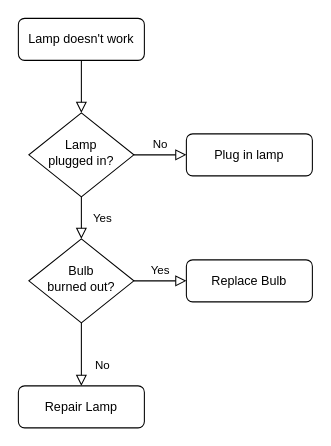
This is 南向MQTT交互.drawio from wjwzero/DesignDrawing-, a draw.io file, before an edit. Source tidied: cells renumbered, new cells numbered last; positions are measured from the earlier drawing's top-left corner, leaving out a move shared by most shapes. Both pictures are drawn from the tidied source at 105%, with x=0, y=0 at pixel (18, 18).
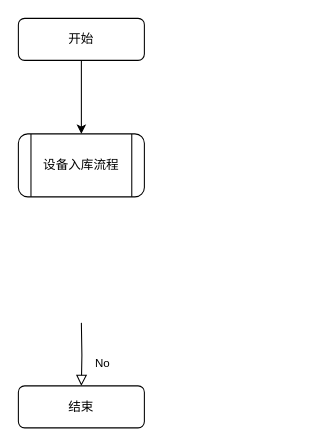
The same diagram, later.

Commit message:
更新南向MQTT交互.drawio

Change to the diagram source:
```diff
@@
 <mxGraphModel>
   <root>
     <mxCell id="0" />
     <mxCell id="1" parent="0" />
-    <mxCell id="2" style="rounded=0;html=1;jettySize=auto;fontSize=11;endArrow=block;endFill=0;endSize=8;strokeWidth=1;shadow=0;labelBackgroundColor=none;edgeStyle=orthogonalEdgeStyle;" parent="1" edge="1" source="3" target="6">
-      <mxGeometry relative="1" as="geometry" />
-    </mxCell>
+    <mxCell id="13" style="edgeStyle=orthogonalEdgeStyle;rounded=0;jettySize=auto;html=1;" parent="1" edge="1" source="3" target="14">
+      <mxGeometry relative="1" as="geometry" />
+    </mxCell>
-    <mxCell id="3" value="Lamp doesn't work" style="rounded=1;whiteSpace=wrap;html=1;fontSize=12;glass=0;strokeWidth=1;shadow=0;" parent="1" vertex="1">
+    <mxCell id="3" value="开始" style="rounded=1;whiteSpace=wrap;html=1;fontSize=12;glass=0;strokeWidth=1;shadow=0;" parent="1" vertex="1">
       <mxGeometry width="120" height="40" as="geometry" />
     </mxCell>
-    <mxCell id="4" value="Yes" style="rounded=0;html=1;jettySize=auto;fontSize=11;endArrow=block;endFill=0;endSize=8;strokeWidth=1;shadow=0;labelBackgroundColor=none;edgeStyle=orthogonalEdgeStyle;" parent="1" edge="1" source="6" target="10">
-      <mxGeometry y="20" relative="1" as="geometry" />
-    </mxCell>
-    <mxCell id="5" value="No" style="edgeStyle=orthogonalEdgeStyle;rounded=0;html=1;jettySize=auto;fontSize=11;endArrow=block;endFill=0;endSize=8;strokeWidth=1;shadow=0;labelBackgroundColor=none;" parent="1" edge="1" source="6" target="7">
-      <mxGeometry y="10" relative="1" as="geometry" />
-    </mxCell>
-    <mxCell id="6" value="Lamp&lt;br&gt;plugged in?" style="rhombus;whiteSpace=wrap;html=1;shadow=0;fontFamily=Helvetica;fontSize=12;align=center;strokeWidth=1;spacing=6;spacingTop=-4;" parent="1" vertex="1">
-      <mxGeometry x="10" y="90" width="100" height="80" as="geometry" />
-    </mxCell>
-    <mxCell id="7" value="Plug in lamp" style="rounded=1;whiteSpace=wrap;html=1;fontSize=12;glass=0;strokeWidth=1;shadow=0;" parent="1" vertex="1">
-      <mxGeometry x="160" y="110" width="120" height="40" as="geometry" />
-    </mxCell>
-    <mxCell id="8" value="No" style="rounded=0;html=1;jettySize=auto;fontSize=11;endArrow=block;endFill=0;endSize=8;strokeWidth=1;shadow=0;labelBackgroundColor=none;edgeStyle=orthogonalEdgeStyle;" parent="1" edge="1" source="10" target="11">
-      <mxGeometry x="0.33" y="20" relative="1" as="geometry" />
+    <mxCell id="8" value="No" style="rounded=0;html=1;jettySize=auto;fontSize=11;endArrow=block;endFill=0;endSize=8;strokeWidth=1;shadow=0;labelBackgroundColor=none;edgeStyle=orthogonalEdgeStyle;" parent="1" edge="1" target="11">
+      <mxGeometry x="0.33" y="20" relative="1" as="geometry">
+        <mxPoint x="60" y="290" as="sourcePoint" />
+      </mxGeometry>
     </mxCell>
-    <mxCell id="9" value="Yes" style="edgeStyle=orthogonalEdgeStyle;rounded=0;html=1;jettySize=auto;fontSize=11;endArrow=block;endFill=0;endSize=8;strokeWidth=1;shadow=0;labelBackgroundColor=none;" parent="1" edge="1" source="10" target="12">
-      <mxGeometry y="10" relative="1" as="geometry" />
-    </mxCell>
-    <mxCell id="10" value="Bulb&lt;br&gt;burned out?" style="rhombus;whiteSpace=wrap;html=1;shadow=0;fontFamily=Helvetica;fontSize=12;align=center;strokeWidth=1;spacing=6;spacingTop=-4;" parent="1" vertex="1">
-      <mxGeometry x="10" y="210" width="100" height="80" as="geometry" />
-    </mxCell>
-    <mxCell id="11" value="Repair Lamp" style="rounded=1;whiteSpace=wrap;html=1;fontSize=12;glass=0;strokeWidth=1;shadow=0;" parent="1" vertex="1">
+    <mxCell id="11" value="结束" style="rounded=1;whiteSpace=wrap;html=1;fontSize=12;glass=0;strokeWidth=1;shadow=0;" parent="1" vertex="1">
       <mxGeometry y="350" width="120" height="40" as="geometry" />
     </mxCell>
-    <mxCell id="12" value="Replace Bulb" style="rounded=1;whiteSpace=wrap;html=1;fontSize=12;glass=0;strokeWidth=1;shadow=0;" parent="1" vertex="1">
-      <mxGeometry x="160" y="230" width="120" height="40" as="geometry" />
-    </mxCell>
+    <mxCell id="14" value="设备入库流程" style="shape=process;whiteSpace=wrap;html=1;backgroundOutline=1;rounded=1;shadow=0;strokeWidth=1;glass=0;" parent="1" vertex="1">
+      <mxGeometry y="110" width="120" height="60" as="geometry" />
+    </mxCell>
   </root>
 </mxGraphModel>
```
